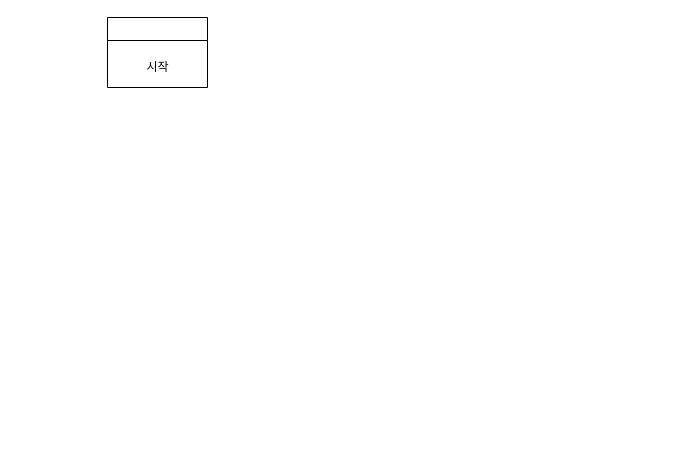
The draw.io diagram zerochoJS/word-chain-game/Untitled Diagram.drawio in Winter-Climbing/-, before the edit. Source tidied: cells renumbered, new cells numbered last; positions are measured from the earlier drawing's top-left corner, leaving out a move shared by most shapes. Both pictures are drawn from the tidied source at 100%, with x=0, y=0 at pixel (107, 17).
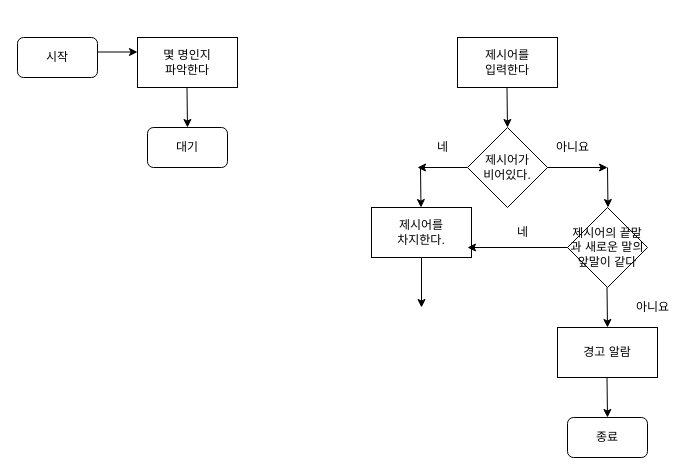
The same diagram, later.

Change to the diagram source:
```diff
@@
-    <mxCell id="2" style="swimlane;" parent="1" vertex="1">
-      <mxGeometry width="100" height="70" as="geometry" />
-    </mxCell>
+    <mxCell id="4" style="endArrow=classic;html=1;rounded=0;" parent="1" edge="1">
+      <mxGeometry relative="1" as="geometry">
+        <mxPoint x="79.5" y="70" as="sourcePoint" />
+        <mxPoint x="80" y="110" as="targetPoint" />
+      </mxGeometry>
+    </mxCell>
+    <mxCell id="5" style="endArrow=classic;html=1;rounded=0;" parent="1" edge="1">
+      <mxGeometry relative="1" as="geometry">
+        <mxPoint x="-10" y="34.5" as="sourcePoint" />
+        <mxPoint x="30" y="34.5" as="targetPoint" />
+      </mxGeometry>
+    </mxCell>
+    <mxCell id="6" value="몇 명인지&lt;br&gt;파악한다" style="rounded=0;whiteSpace=wrap;html=1;" parent="1" vertex="1">
+      <mxGeometry x="30" y="20" width="100" height="50" as="geometry" />
+    </mxCell>
-    <mxCell id="3" value="시작" style="text;html=1;align=center;verticalAlign=middle;strokeColor=none;fillColor=none;" parent="2" vertex="1">
-      <mxGeometry x="30" y="40" width="40" height="20" as="geometry" />
+    <mxCell id="3" value="시작" style="rounded=1;whiteSpace=wrap;html=1;" parent="1" vertex="1">
+      <mxGeometry x="-90" y="20" width="80" height="40" as="geometry" />
     </mxCell>
+    <mxCell id="7" value="대기" style="rounded=1;whiteSpace=wrap;html=1;" parent="1" vertex="1">
+      <mxGeometry x="40" y="110" width="80" height="40" as="geometry" />
+    </mxCell>
+    <mxCell id="8" value="경고 알람" style="rounded=0;whiteSpace=wrap;html=1;" parent="1" vertex="1">
+      <mxGeometry x="450" y="310" width="100" height="50" as="geometry" />
+    </mxCell>
+    <mxCell id="9" value="제시어를&lt;br&gt;차지한다." style="rounded=0;whiteSpace=wrap;html=1;" parent="1" vertex="1">
+      <mxGeometry x="264" y="190" width="100" height="50" as="geometry" />
+    </mxCell>
+    <mxCell id="10" value="제시어를&lt;br&gt;입력한다" style="rounded=0;whiteSpace=wrap;html=1;" parent="1" vertex="1">
+      <mxGeometry x="350" y="20" width="100" height="50" as="geometry" />
+    </mxCell>
+    <mxCell id="11" style="endArrow=classic;html=1;rounded=0;" parent="1" edge="1">
+      <mxGeometry relative="1" as="geometry">
+        <mxPoint x="360" y="150" as="sourcePoint" />
+        <mxPoint x="310" y="150" as="targetPoint" />
+      </mxGeometry>
+    </mxCell>
+    <mxCell id="12" style="endArrow=classic;html=1;rounded=0;" parent="1" edge="1">
+      <mxGeometry relative="1" as="geometry">
+        <mxPoint x="399.5" y="70" as="sourcePoint" />
+        <mxPoint x="400" y="110" as="targetPoint" />
+      </mxGeometry>
+    </mxCell>
+    <mxCell id="13" value="제시어가&lt;br&gt;비어있다." style="rhombus;whiteSpace=wrap;html=1;" parent="1" vertex="1">
+      <mxGeometry x="360" y="110" width="80" height="80" as="geometry" />
+    </mxCell>
+    <mxCell id="14" style="endArrow=classic;html=1;rounded=0;" parent="1" edge="1">
+      <mxGeometry relative="1" as="geometry">
+        <mxPoint x="499.5" y="270" as="sourcePoint" />
+        <mxPoint x="500" y="310" as="targetPoint" />
+      </mxGeometry>
+    </mxCell>
+    <mxCell id="15" style="endArrow=classic;html=1;rounded=0;" parent="1" edge="1">
+      <mxGeometry relative="1" as="geometry">
+        <mxPoint x="440" y="150" as="sourcePoint" />
+        <mxPoint x="500" y="150" as="targetPoint" />
+      </mxGeometry>
+    </mxCell>
+    <mxCell id="16" style="endArrow=classic;html=1;rounded=0;" parent="1" edge="1">
+      <mxGeometry relative="1" as="geometry">
+        <mxPoint x="314" y="240" as="sourcePoint" />
+        <mxPoint x="314" y="290" as="targetPoint" />
+      </mxGeometry>
+    </mxCell>
+    <mxCell id="17" style="endArrow=classic;html=1;rounded=0;" parent="1" edge="1">
+      <mxGeometry relative="1" as="geometry">
+        <mxPoint x="313" y="150" as="sourcePoint" />
+        <mxPoint x="313.5" y="190" as="targetPoint" />
+      </mxGeometry>
+    </mxCell>
+    <mxCell id="18" value="네" style="text;html=1;align=center;verticalAlign=middle;strokeColor=none;fillColor=none;" parent="1" vertex="1">
+      <mxGeometry x="320" y="120" width="30" height="20" as="geometry" />
+    </mxCell>
+    <mxCell id="19" style="endArrow=classic;html=1;rounded=0;" parent="1" edge="1">
+      <mxGeometry relative="1" as="geometry">
+        <mxPoint x="500" y="150" as="sourcePoint" />
+        <mxPoint x="500.5" y="190" as="targetPoint" />
+      </mxGeometry>
+    </mxCell>
+    <mxCell id="20" value="아니요" style="text;html=1;align=center;verticalAlign=middle;strokeColor=none;fillColor=none;" parent="1" vertex="1">
+      <mxGeometry x="520" y="280" width="50" height="20" as="geometry" />
+    </mxCell>
+    <mxCell id="21" value="제시어의 끝말과 새로운 말의 앞말이 같다" style="rhombus;whiteSpace=wrap;html=1;" parent="1" vertex="1">
+      <mxGeometry x="460" y="190" width="80" height="80" as="geometry" />
+    </mxCell>
+    <mxCell id="22" style="endArrow=classic;html=1;rounded=0;" parent="1" edge="1">
+      <mxGeometry relative="1" as="geometry">
+        <mxPoint x="460" y="230" as="sourcePoint" />
+        <mxPoint x="360" y="230" as="targetPoint" />
+      </mxGeometry>
+    </mxCell>
+    <mxCell id="23" value="네" style="text;html=1;align=center;verticalAlign=middle;strokeColor=none;fillColor=none;" parent="1" vertex="1">
+      <mxGeometry x="400" y="205" width="30" height="20" as="geometry" />
+    </mxCell>
+    <mxCell id="24" value="종료" style="rounded=1;whiteSpace=wrap;html=1;" parent="1" vertex="1">
+      <mxGeometry x="460" y="400" width="80" height="40" as="geometry" />
+    </mxCell>
+    <mxCell id="25" style="endArrow=classic;html=1;rounded=0;" parent="1" edge="1">
+      <mxGeometry relative="1" as="geometry">
+        <mxPoint x="499.5" y="360" as="sourcePoint" />
+        <mxPoint x="500" y="400" as="targetPoint" />
+      </mxGeometry>
+    </mxCell>
+    <mxCell id="26" value="아니요" style="text;html=1;align=center;verticalAlign=middle;strokeColor=none;fillColor=none;" parent="1" vertex="1">
+      <mxGeometry x="440" y="120" width="50" height="20" as="geometry" />
+    </mxCell>
```
